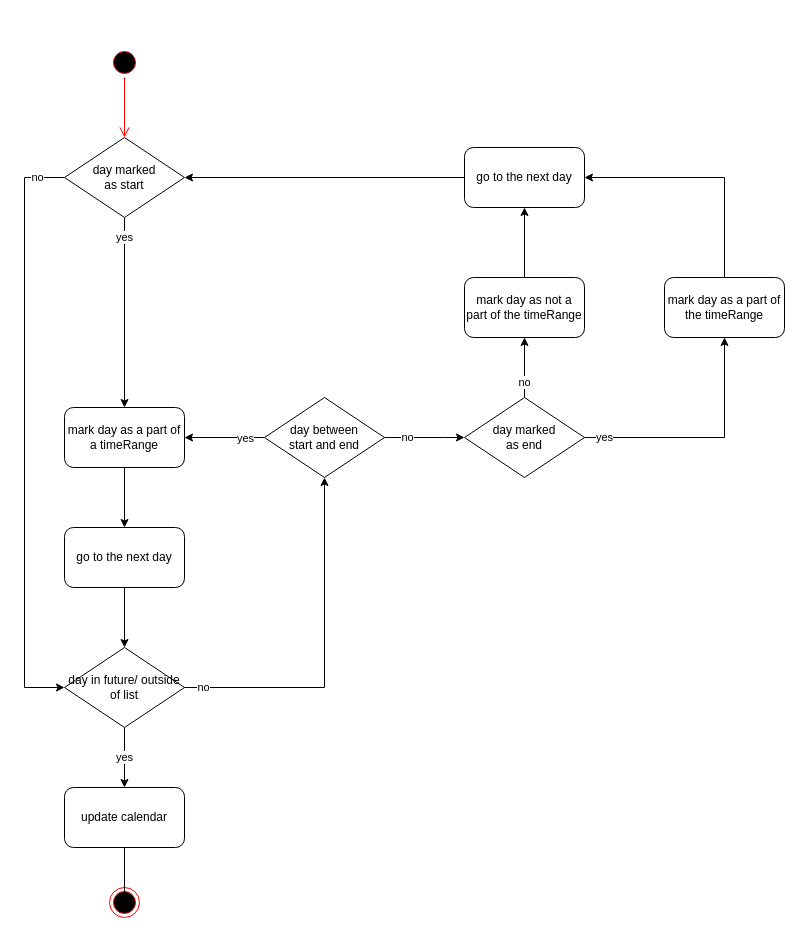
RobinRother/Crimson-Harvest keeps this draw.io diagram as page "DateListProvider_saveTimeRangeStatus" (9 of 9) of doc/diagrams/diagrams.drawio. Above is the earlier version. Source tidied: cells renumbered, new cells numbered last; positions are measured from the earlier drawing's top-left corner, leaving out a move shared by most shapes. Both pictures are drawn from the tidied source at 100%, with x=0, y=0 at pixel (24, 47).
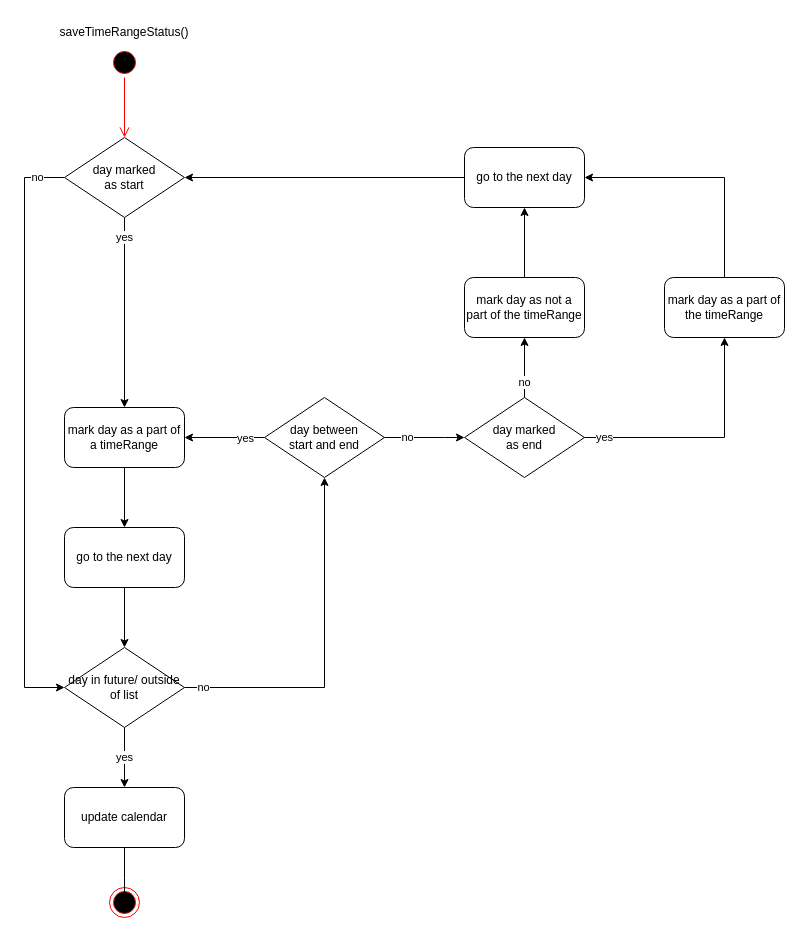
Above is the later version.

Change to the diagram source:
```diff
@@
+    <mxCell id="30" value="saveTimeRangeStatus()" style="text;html=1;strokeColor=none;fillColor=none;align=center;verticalAlign=middle;whiteSpace=wrap;rounded=0;" parent="1" vertex="1">
+      <mxGeometry x="15" y="-30" width="170" height="30" as="geometry" />
+    </mxCell>
```
